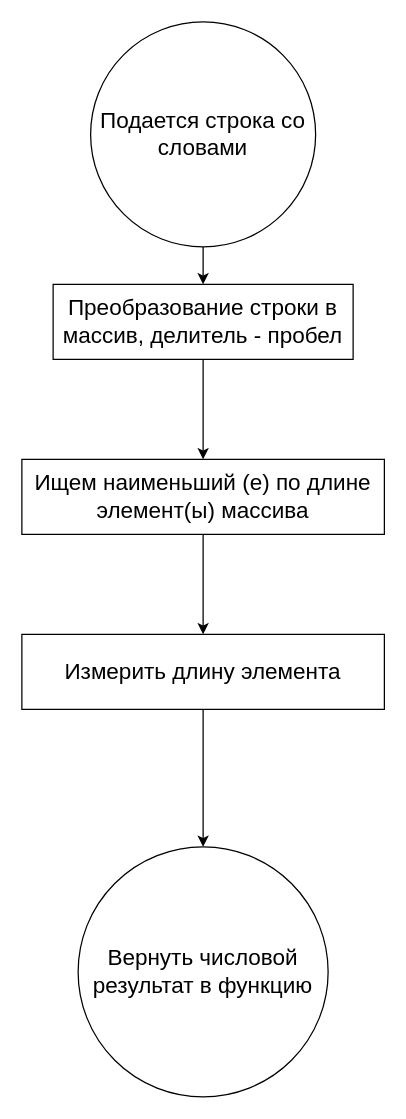
Redknight777999/Codewars keeps this draw.io diagram as scheme.drawio. Above is the earlier version. Source tidied: cells renumbered, new cells numbered last; positions are measured from the earlier drawing's top-left corner, leaving out a move shared by most shapes. Both pictures are drawn from the tidied source at 125%, with x=0, y=0 at pixel (21, 21).
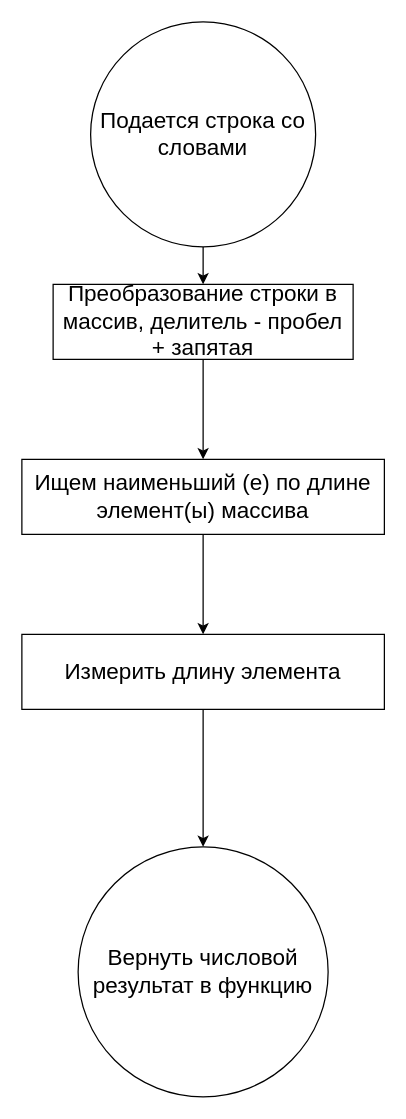
The same page after the edit.

Commit message (it also covers changes not shown here):
added solution for VScode

Diff of the diagram source:
```diff
@@
 <mxGraphModel>
   <root>
     <mxCell id="0" />
     <mxCell id="1" parent="0" />
     <mxCell id="2" style="edgeStyle=orthogonalEdgeStyle;rounded=0;jettySize=auto;html=1;" parent="1" edge="1" source="3" target="6">
       <mxGeometry relative="1" as="geometry" />
     </mxCell>
     <mxCell id="3" value="&lt;font style=&quot;font-size: 18px&quot;&gt;Подается строка со словами&lt;/font&gt;" style="ellipse;whiteSpace=wrap;html=1;" parent="1" vertex="1">
       <mxGeometry x="55" width="180" height="180" as="geometry" />
     </mxCell>
     <mxCell id="4" value="&lt;font style=&quot;font-size: 18px&quot;&gt;Вернуть числовой результат в функцию&lt;/font&gt;" style="ellipse;whiteSpace=wrap;html=1;" parent="1" vertex="1">
       <mxGeometry x="45" y="660" width="200" height="200" as="geometry" />
     </mxCell>
     <mxCell id="5" style="edgeStyle=orthogonalEdgeStyle;rounded=0;jettySize=auto;html=1;" parent="1" edge="1" source="6" target="8">
       <mxGeometry relative="1" as="geometry" />
     </mxCell>
-    <mxCell id="6" value="&lt;font style=&quot;font-size: 18px&quot;&gt;Преобразование строки в массив, делитель - пробел&lt;/font&gt;" style="whiteSpace=wrap;html=1;" parent="1" vertex="1">
+    <mxCell id="6" value="&lt;font style=&quot;font-size: 18px&quot;&gt;Преобразование строки в массив, делитель - пробел + запятая&lt;/font&gt;" style="whiteSpace=wrap;html=1;" parent="1" vertex="1">
       <mxGeometry x="25" y="210" width="240" height="60" as="geometry" />
     </mxCell>
     <mxCell id="7" style="edgeStyle=orthogonalEdgeStyle;rounded=0;jettySize=auto;html=1;" parent="1" edge="1" source="8">
       <mxGeometry relative="1" as="geometry">
         <mxPoint x="145" y="490" as="targetPoint" />
       </mxGeometry>
     </mxCell>
     <mxCell id="8" value="&lt;font style=&quot;font-size: 18px&quot;&gt;Ищем наименьший (е) по длине элемент(ы) массива&lt;/font&gt;" style="whiteSpace=wrap;html=1;" parent="1" vertex="1">
       <mxGeometry y="350" width="290" height="60" as="geometry" />
     </mxCell>
     <mxCell id="9" style="edgeStyle=orthogonalEdgeStyle;rounded=0;jettySize=auto;html=1;" parent="1" edge="1" source="10" target="4">
       <mxGeometry relative="1" as="geometry" />
     </mxCell>
     <mxCell id="10" value="&lt;font style=&quot;font-size: 18px&quot;&gt;Измерить длину элемента&lt;/font&gt;" style="whiteSpace=wrap;html=1;" parent="1" vertex="1">
       <mxGeometry y="490" width="290" height="60" as="geometry" />
     </mxCell>
   </root>
 </mxGraphModel>
```
